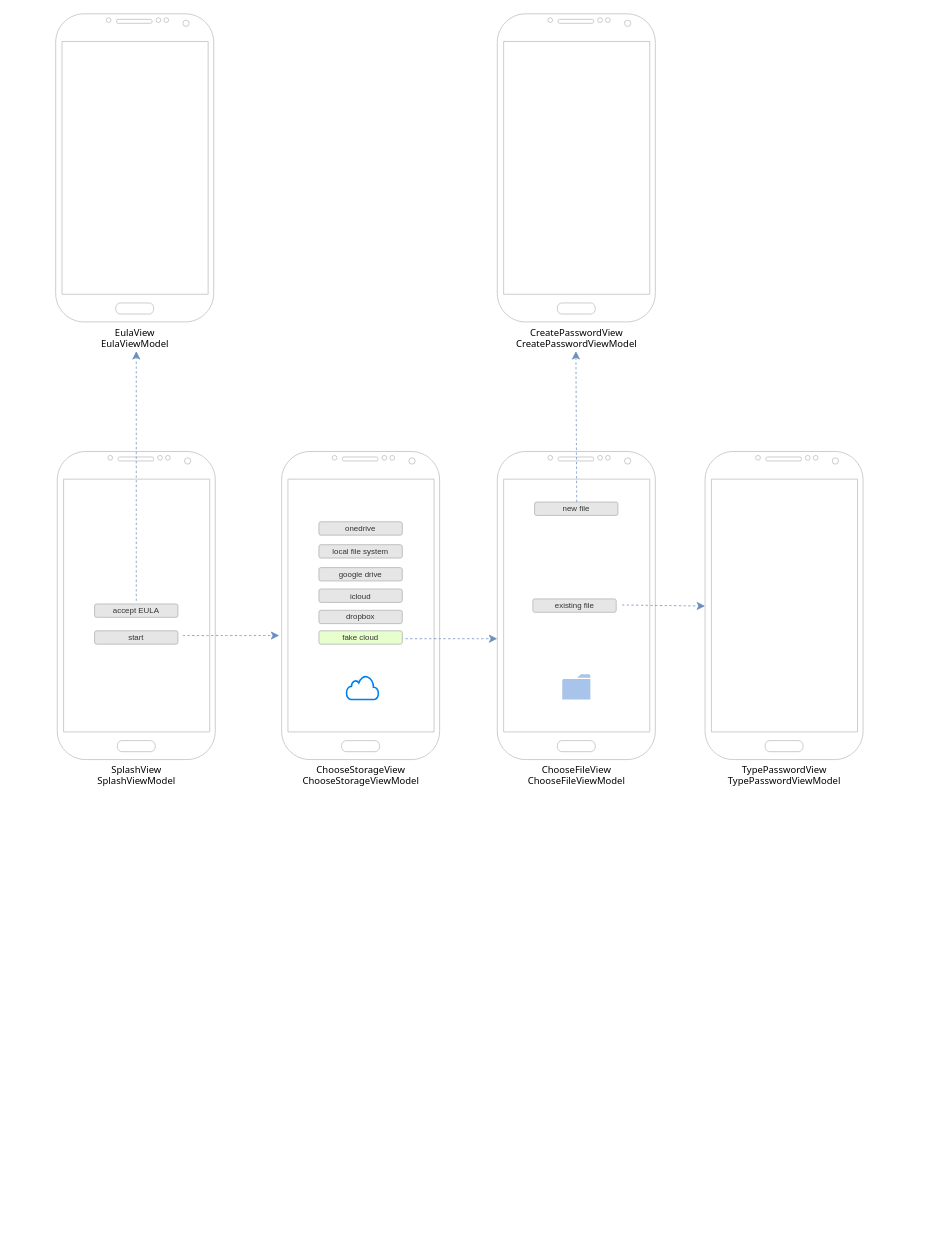
This is docs/navigation.drawio from nicolgit/blast, a draw.io file, before an edit. Source tidied: cells renumbered, new cells numbered last; positions are measured from the earlier drawing's top-left corner, leaving out a move shared by most shapes. Both pictures are drawn from the tidied source at 79%, with x=0, y=0 at pixel (55, 13).
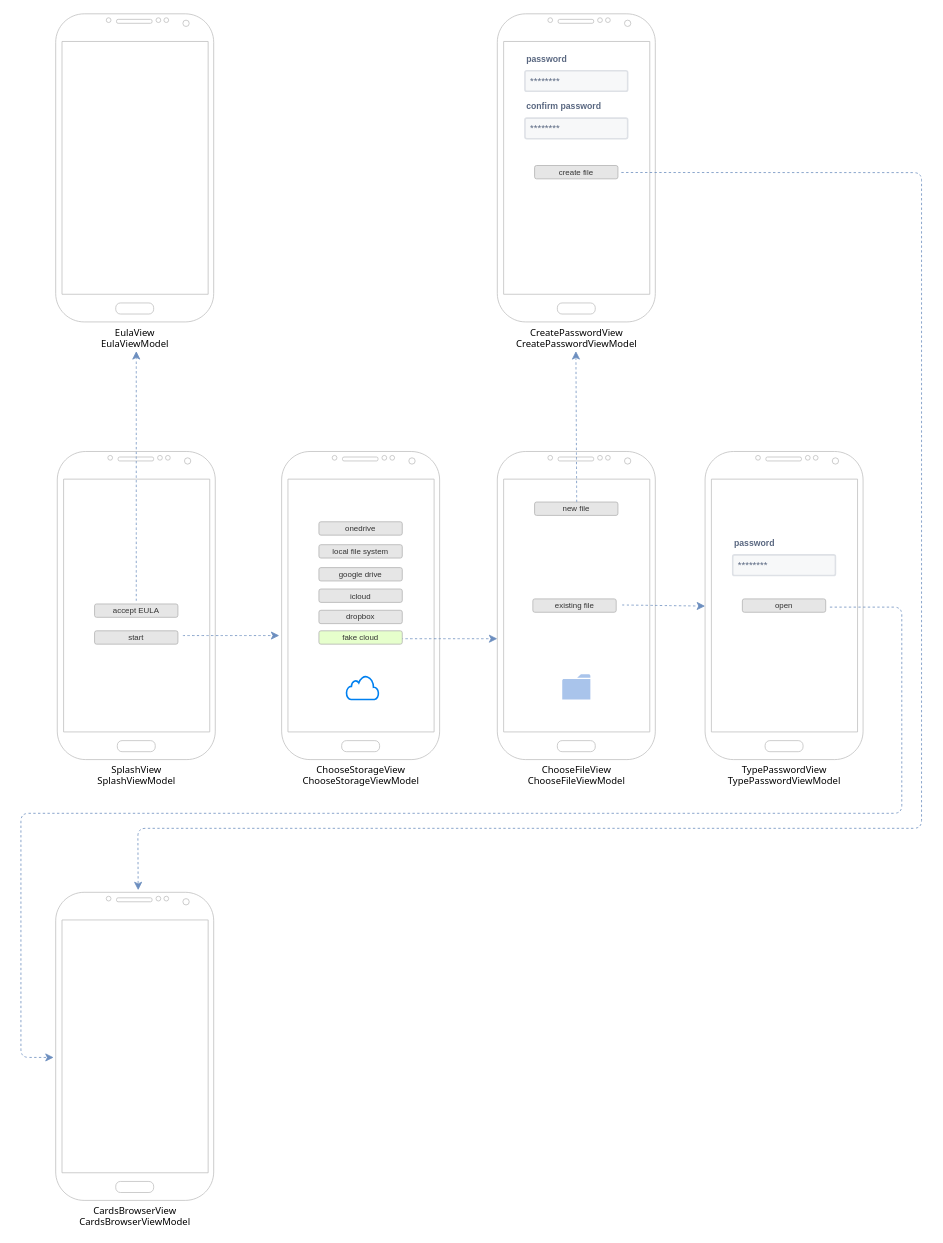
The same diagram, later.

The change refers to these unchanged cells:
```xml
<mxCell id="14" value="CreatePasswordView&lt;br&gt;CreatePasswordViewModel" style="verticalLabelPosition=bottom;verticalAlign=top;html=1;shadow=0;dashed=0;strokeWidth=1;shape=mxgraph.android.phone2;strokeColor=#c0c0c0;fontSize=12;fontFamily=Tahoma;" parent="1" vertex="1">
  <mxGeometry x="559" width="200" height="390" as="geometry" />
</mxCell>
```

Diff of the diagram source:
```diff
@@
+    <mxCell id="25" value="CardsBrowserView&lt;br&gt;CardsBrowserViewModel" style="verticalLabelPosition=bottom;verticalAlign=top;html=1;shadow=0;dashed=0;strokeWidth=1;shape=mxgraph.android.phone2;strokeColor=#c0c0c0;fontSize=12;fontFamily=Tahoma;" parent="1" vertex="1">
+      <mxGeometry y="1112" width="200" height="390" as="geometry" />
+    </mxCell>
+    <mxCell id="26" style="endArrow=classic;html=1;rounded=1;fontSize=12;startSize=8;endSize=8;fillColor=#dae8fc;strokeColor=#6c8ebf;dashed=1;entryX=-0.013;entryY=0.536;entryDx=0;entryDy=0;entryPerimeter=0;" parent="1" edge="1" target="25">
+      <mxGeometry relative="1" as="geometry">
+        <mxPoint x="980" y="751" as="sourcePoint" />
+        <Array as="points">
+          <mxPoint x="1071" y="751" />
+          <mxPoint x="1071" y="1012" />
+          <mxPoint x="-44" y="1012" />
+          <mxPoint x="-44" y="1321" />
+        </Array>
+      </mxGeometry>
+    </mxCell>
+    <mxCell id="27" style="endArrow=classic;html=1;rounded=1;fontSize=12;startSize=8;endSize=8;fillColor=#dae8fc;strokeColor=#6c8ebf;dashed=1;entryX=0.522;entryY=-0.007;entryDx=0;entryDy=0;entryPerimeter=0;exitX=0.785;exitY=0.515;exitDx=0;exitDy=0;exitPerimeter=0;" parent="1" edge="1" source="14" target="25">
+      <mxGeometry relative="1" as="geometry">
+        <Array as="points">
+          <mxPoint x="1096" y="201" />
+          <mxPoint x="1096" y="1031" />
+          <mxPoint x="104" y="1031" />
+        </Array>
+      </mxGeometry>
+    </mxCell>
+    <mxCell id="28" value="password" style="fillColor=none;strokeColor=none;html=1;fontSize=11;fontStyle=0;align=left;fontColor=#596780;fontStyle=1;fontSize=11;" parent="1" vertex="1">
+      <mxGeometry x="857" y="659.9" width="100" height="20" as="geometry" />
+    </mxCell>
+    <mxCell id="29" value="********" style="rounded=1;arcSize=9;fillColor=#F7F8F9;align=left;spacingLeft=5;strokeColor=#DEE1E6;html=1;strokeWidth=2;fontColor=#596780;fontSize=12;" parent="1" vertex="1">
+      <mxGeometry x="857" y="684.9" width="130" height="26.1" as="geometry" />
+    </mxCell>
+    <mxCell id="30" value="open" style="rounded=1;html=1;shadow=0;dashed=0;whiteSpace=wrap;fontSize=10;fillColor=#E6E6E6;align=center;strokeColor=#B3B3B3;fontColor=#333333;" parent="1" vertex="1">
+      <mxGeometry x="869.2" y="740.6" width="105.5" height="16.9" as="geometry" />
+    </mxCell>
+    <mxCell id="31" value="password" style="fillColor=none;strokeColor=none;html=1;fontSize=11;fontStyle=0;align=left;fontColor=#596780;fontStyle=1;fontSize=11;" parent="1" vertex="1">
+      <mxGeometry x="594" y="47" width="100" height="20" as="geometry" />
+    </mxCell>
+    <mxCell id="32" value="********" style="rounded=1;arcSize=9;fillColor=#F7F8F9;align=left;spacingLeft=5;strokeColor=#DEE1E6;html=1;strokeWidth=2;fontColor=#596780;fontSize=12;" parent="1" vertex="1">
+      <mxGeometry x="594" y="72" width="130" height="26.1" as="geometry" />
+    </mxCell>
+    <mxCell id="33" value="confirm password" style="fillColor=none;strokeColor=none;html=1;fontSize=11;fontStyle=0;align=left;fontColor=#596780;fontStyle=1;fontSize=11;" parent="1" vertex="1">
+      <mxGeometry x="594" y="107" width="100" height="20" as="geometry" />
+    </mxCell>
+    <mxCell id="34" value="********" style="rounded=1;arcSize=9;fillColor=#F7F8F9;align=left;spacingLeft=5;strokeColor=#DEE1E6;html=1;strokeWidth=2;fontColor=#596780;fontSize=12;" parent="1" vertex="1">
+      <mxGeometry x="594" y="132" width="130" height="26.1" as="geometry" />
+    </mxCell>
+    <mxCell id="35" value="create file" style="rounded=1;html=1;shadow=0;dashed=0;whiteSpace=wrap;fontSize=10;fillColor=#E6E6E6;align=center;strokeColor=#B3B3B3;fontColor=#333333;" parent="1" vertex="1">
+      <mxGeometry x="606.2" y="192" width="105.5" height="16.9" as="geometry" />
+    </mxCell>
```
